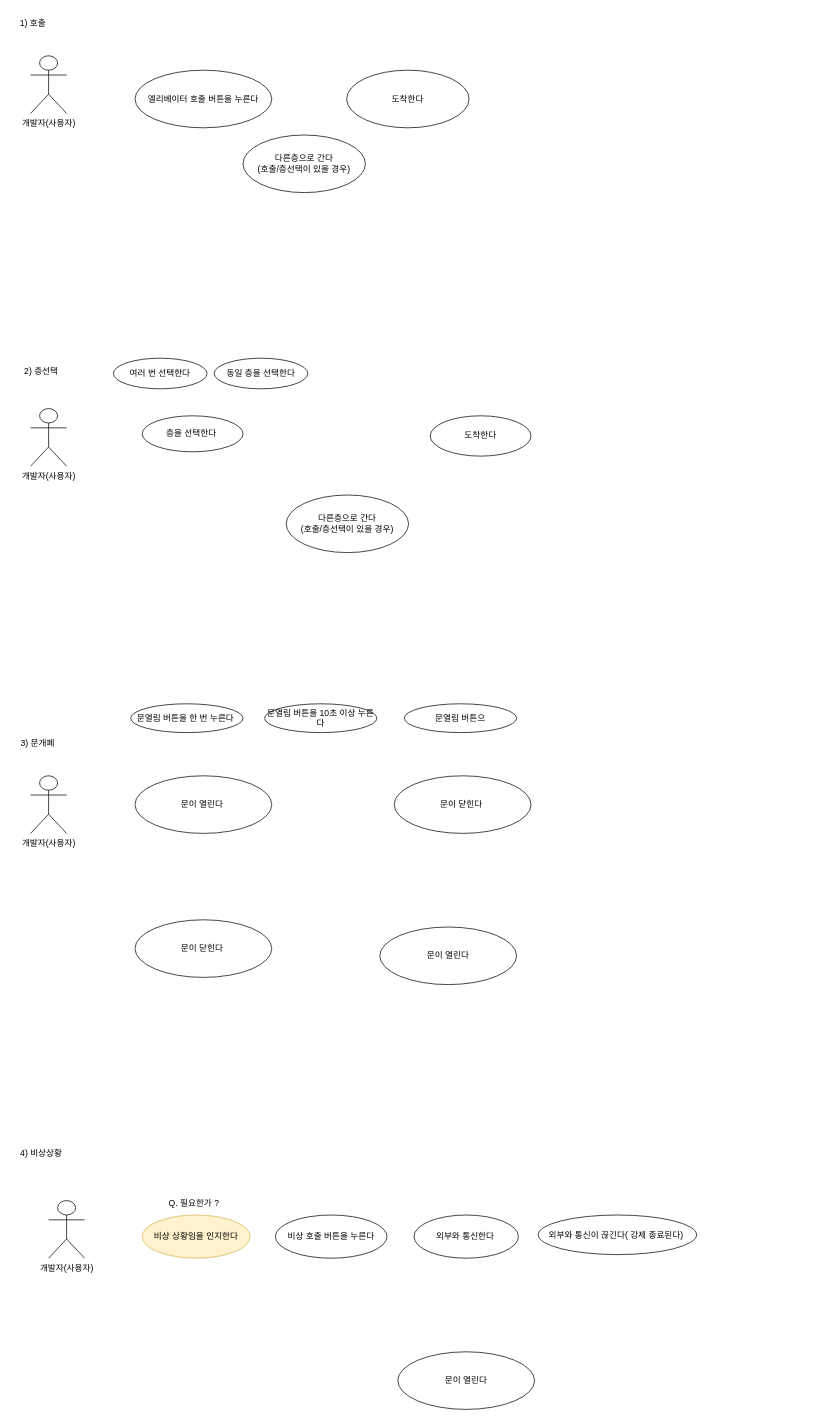
This is usecase_diagram/ElevatorSystem_Use_Case(1120).drawio from Jin-bright/diagram_study, a draw.io file, before an edit. Source tidied: cells renumbered, new cells numbered last; positions are measured from the earlier drawing's top-left corner, leaving out a move shared by most shapes. Both pictures are drawn from the tidied source at 72%, with x=0, y=0 at pixel (12, 12).
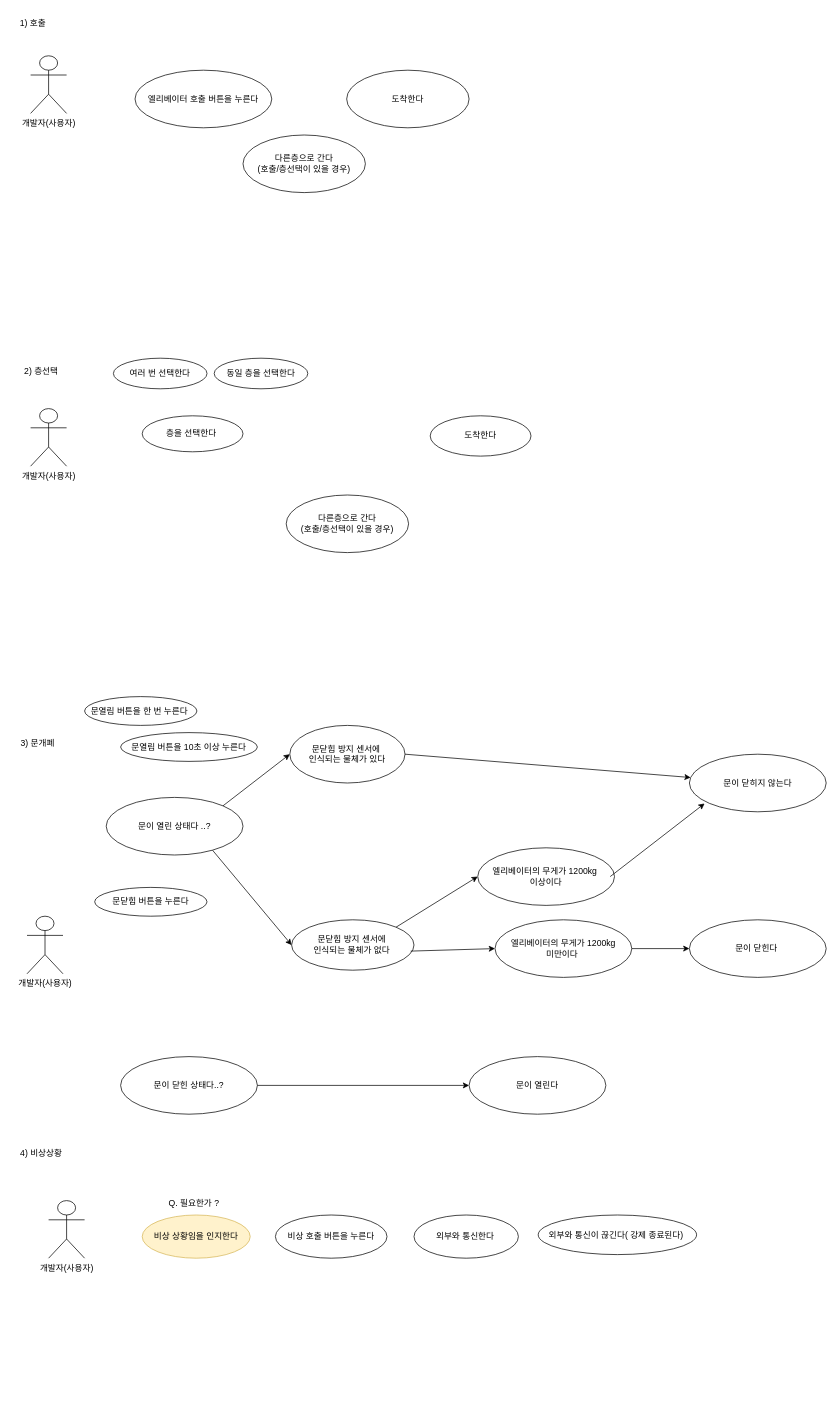
The same diagram, later.

What changed in the source:
```diff
@@
     <mxCell id="16" value="개발자(사용자)" style="shape=umlActor;verticalLabelPosition=bottom;verticalAlign=top;html=1;" parent="1" vertex="1">
-      <mxGeometry x="25" y="1060" width="50" height="80" as="geometry" />
+      <mxGeometry x="20" y="1255" width="50" height="80" as="geometry" />
     </mxCell>
-    <mxCell id="17" value="문이 열린다&amp;nbsp;" style="ellipse;whiteSpace=wrap;html=1;" parent="1" vertex="1">
-      <mxGeometry x="170" y="1060" width="190" height="80" as="geometry" />
+    <mxCell id="17" value="문이 열린 상태다 ..?" style="ellipse;whiteSpace=wrap;html=1;" parent="1" vertex="1">
+      <mxGeometry x="130" y="1090" width="190" height="80" as="geometry" />
     </mxCell>
-    <mxCell id="18" value="문이 닫힌다&amp;nbsp;" style="ellipse;whiteSpace=wrap;html=1;" parent="1" vertex="1">
-      <mxGeometry x="170" y="1260" width="190" height="80" as="geometry" />
+    <mxCell id="18" value="문이 닫힌 상태다..?" style="ellipse;whiteSpace=wrap;html=1;" parent="1" vertex="1">
+      <mxGeometry x="150" y="1450" width="190" height="80" as="geometry" />
     </mxCell>
     <mxCell id="19" value="문열림 버튼을 한 번 누른다&amp;nbsp;" style="ellipse;whiteSpace=wrap;html=1;" parent="1" vertex="1">
-      <mxGeometry x="164" y="960" width="156" height="40" as="geometry" />
+      <mxGeometry x="100" y="950" width="156" height="40" as="geometry" />
     </mxCell>
     <mxCell id="20" value="문이 열린다" style="ellipse;whiteSpace=wrap;html=1;" parent="1" vertex="1">
-      <mxGeometry x="510" y="1270" width="190" height="80" as="geometry" />
+      <mxGeometry x="634" y="1450" width="190" height="80" as="geometry" />
     </mxCell>
     <mxCell id="21" value="문열림 버튼을 10초 이상 누른다" style="ellipse;whiteSpace=wrap;html=1;" parent="1" vertex="1">
-      <mxGeometry x="350" y="960" width="156" height="40" as="geometry" />
+      <mxGeometry x="150" y="1000" width="190" height="40" as="geometry" />
     </mxCell>
-    <mxCell id="22" value="문열림 버튼으" style="ellipse;whiteSpace=wrap;html=1;" parent="1" vertex="1">
-      <mxGeometry x="544" y="960" width="156" height="40" as="geometry" />
+    <mxCell id="22" value="문닫힘 버튼을 누른다" style="ellipse;whiteSpace=wrap;html=1;" parent="1" vertex="1">
+      <mxGeometry x="114" y="1215" width="156" height="40" as="geometry" />
     </mxCell>
     <mxCell id="23" value="문이 닫힌다&amp;nbsp;" style="ellipse;whiteSpace=wrap;html=1;" parent="1" vertex="1">
-      <mxGeometry x="530" y="1060" width="190" height="80" as="geometry" />
+      <mxGeometry x="940" y="1260" width="190" height="80" as="geometry" />
     </mxCell>
@@
-    <mxCell id="27" value="문이 열린다" style="ellipse;whiteSpace=wrap;html=1;" parent="1" vertex="1">
-      <mxGeometry x="535" y="1860" width="190" height="80" as="geometry" />
-    </mxCell>
@@
+    <mxCell id="31" value="엘리베이터의 무게가 1200kg&lt;br&gt;미만이다&amp;nbsp;&lt;br&gt;" style="ellipse;whiteSpace=wrap;html=1;" parent="1" vertex="1">
+      <mxGeometry x="670" y="1260" width="190" height="80" as="geometry" />
+    </mxCell>
+    <mxCell id="32" value="엘리베이터의 무게가 1200kg&amp;nbsp;&lt;br&gt;이상이다" style="ellipse;whiteSpace=wrap;html=1;" parent="1" vertex="1">
+      <mxGeometry x="646" y="1160" width="190" height="80" as="geometry" />
+    </mxCell>
+    <mxCell id="33" value="문닫힘 방지 센서에&amp;nbsp;&lt;br&gt;인식되는 물체가 있다" style="ellipse;whiteSpace=wrap;html=1;" parent="1" vertex="1">
+      <mxGeometry x="385" y="990" width="160" height="80" as="geometry" />
+    </mxCell>
+    <mxCell id="34" value="문닫힘 방지 센서에&amp;nbsp;&lt;br&gt;인식되는 물체가 없다&amp;nbsp;" style="ellipse;whiteSpace=wrap;html=1;" parent="1" vertex="1">
+      <mxGeometry x="387.5" y="1260" width="170" height="70" as="geometry" />
+    </mxCell>
+    <mxCell id="35" style="endArrow=classic;html=1;rounded=0;entryX=0;entryY=0.5;entryDx=0;entryDy=0;exitX=0.778;exitY=0.919;exitDx=0;exitDy=0;exitPerimeter=0;" parent="1" edge="1" source="17" target="34">
+      <mxGeometry relative="1" as="geometry" />
+    </mxCell>
+    <mxCell id="36" value="문이 닫히지 않는다" style="ellipse;whiteSpace=wrap;html=1;" parent="1" vertex="1">
+      <mxGeometry x="940" y="1030" width="190" height="80" as="geometry" />
+    </mxCell>
+    <mxCell id="37" style="endArrow=classic;html=1;rounded=0;exitX=1;exitY=0.5;exitDx=0;exitDy=0;" parent="1" edge="1" source="33" target="36">
+      <mxGeometry relative="1" as="geometry" />
+    </mxCell>
+    <mxCell id="38" style="endArrow=classic;html=1;rounded=0;entryX=0;entryY=0.5;entryDx=0;entryDy=0;exitX=0.973;exitY=0.621;exitDx=0;exitDy=0;exitPerimeter=0;" parent="1" edge="1" source="34" target="31">
+      <mxGeometry relative="1" as="geometry" />
+    </mxCell>
+    <mxCell id="39" style="endArrow=classic;html=1;rounded=0;exitX=1;exitY=0.5;exitDx=0;exitDy=0;entryX=0;entryY=0.5;entryDx=0;entryDy=0;" parent="1" edge="1" source="31" target="23">
+      <mxGeometry relative="1" as="geometry" />
+    </mxCell>
+    <mxCell id="40" style="endArrow=classic;html=1;rounded=0;entryX=0;entryY=0.5;entryDx=0;entryDy=0;exitX=1;exitY=0;exitDx=0;exitDy=0;" parent="1" edge="1" source="34" target="32">
+      <mxGeometry relative="1" as="geometry" />
+    </mxCell>
+    <mxCell id="41" style="endArrow=classic;html=1;rounded=0;entryX=0.111;entryY=0.856;entryDx=0;entryDy=0;entryPerimeter=0;" parent="1" edge="1" target="36">
+      <mxGeometry relative="1" as="geometry">
+        <mxPoint x="830" y="1200" as="sourcePoint" />
+      </mxGeometry>
+    </mxCell>
+    <mxCell id="42" style="endArrow=classic;html=1;rounded=0;exitX=1;exitY=0;exitDx=0;exitDy=0;entryX=0;entryY=0.5;entryDx=0;entryDy=0;" parent="1" edge="1" source="17" target="33">
+      <mxGeometry relative="1" as="geometry" />
+    </mxCell>
+    <mxCell id="43" style="endArrow=classic;html=1;rounded=0;exitX=1;exitY=0.5;exitDx=0;exitDy=0;entryX=0;entryY=0.5;entryDx=0;entryDy=0;" parent="1" edge="1" source="18" target="20">
+      <mxGeometry relative="1" as="geometry" />
+    </mxCell>
```
